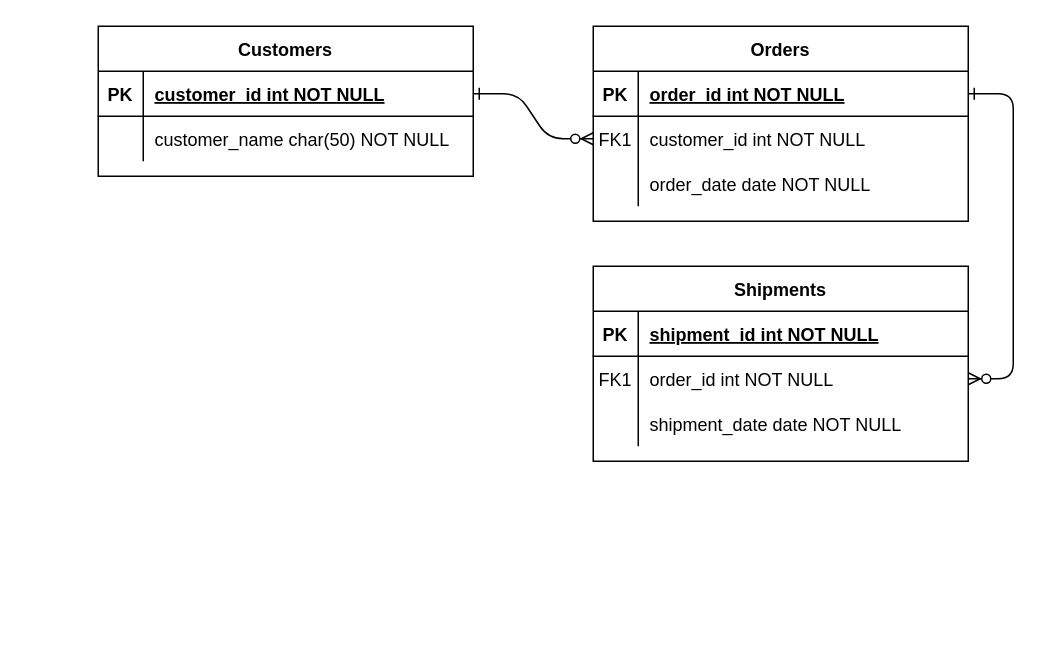
Above: Untitled Diagram.drawio in Cshacksy/Ada-Fuzzball-Slam (draw.io), before the change. Source tidied: cells renumbered, new cells numbered last; positions are measured from the earlier drawing's top-left corner, leaving out a move shared by most shapes. Both pictures are drawn from the tidied source at 150%, with x=0, y=0 at pixel (98, 26).
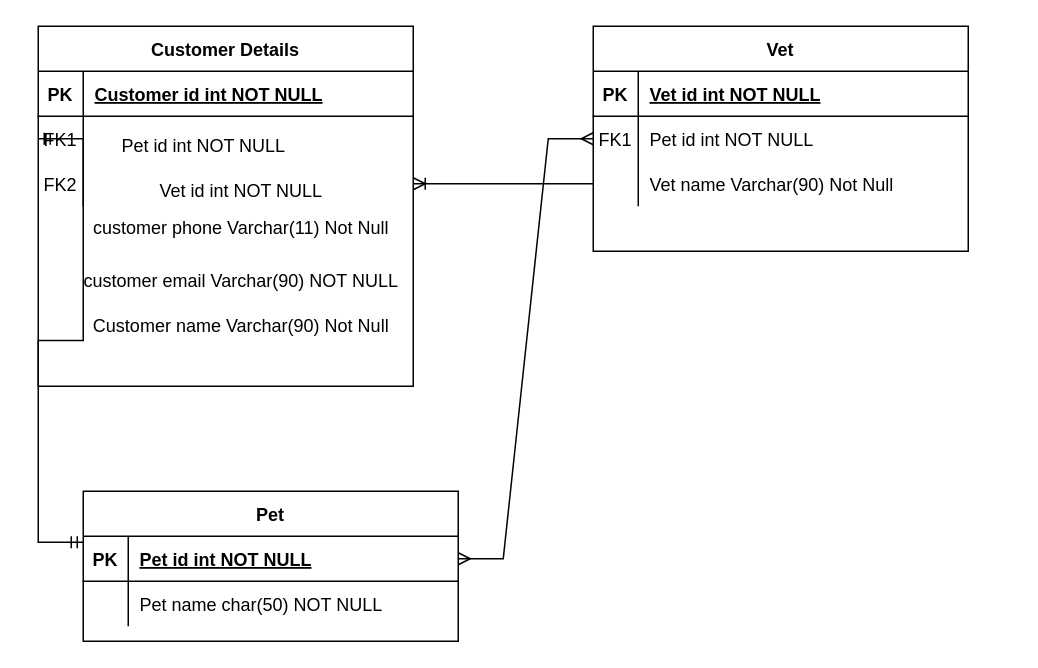
After the change.

The change refers to these unchanged cells:
```xml
<mxCell id="5" style="shape=partialRectangle;fillColor=none;points=[[0,0.5],[1,0.5]];portConstraint=eastwest;top=0;left=0;right=0;bottom=1;" parent="4" vertex="1">
  <mxGeometry y="30" width="250" height="30" as="geometry" />
</mxCell>
<mxCell id="8" style="shape=partialRectangle;fillColor=none;points=[[0,0.5],[1,0.5]];portConstraint=eastwest;top=0;left=0;right=0;bottom=0;" parent="4" vertex="1">
  <mxGeometry y="60" width="250" height="30" as="geometry" />
</mxCell>
<mxCell id="11" style="shape=partialRectangle;fillColor=none;points=[[0,0.5],[1,0.5]];portConstraint=eastwest;top=0;left=0;right=0;bottom=0;" parent="4" vertex="1">
  <mxGeometry y="90" width="250" height="30" as="geometry" />
</mxCell>
<mxCell id="15" style="shape=partialRectangle;fillColor=none;top=0;left=0;right=0;bottom=1;" parent="14" vertex="1">
  <mxGeometry y="30" width="250" height="30" as="geometry" />
</mxCell>
<mxCell id="18" style="shape=partialRectangle;fillColor=none;points=[[0,0.5],[1,0.5]];portConstraint=eastwest;top=0;left=0;right=0;bottom=0;" parent="14" vertex="1">
  <mxGeometry y="60" width="250" height="30" as="geometry" />
</mxCell>
<mxCell id="21" style="shape=partialRectangle;fillColor=none;points=[[0,0.5],[1,0.5]];portConstraint=eastwest;top=0;left=0;right=0;bottom=0;" parent="14" vertex="1">
  <mxGeometry y="90" width="250" height="30" as="geometry" />
</mxCell>
<mxCell id="25" style="shape=partialRectangle;fillColor=none;points=[[0,0.5],[1,0.5]];portConstraint=eastwest;top=0;left=0;right=0;bottom=1;" parent="24" vertex="1">
  <mxGeometry y="30" width="250" height="30" as="geometry" />
</mxCell>
<mxCell id="28" style="shape=partialRectangle;fillColor=none;top=0;left=0;right=0;bottom=0;" parent="24" vertex="1">
  <mxGeometry y="60" width="250" height="30" as="geometry" />
</mxCell>
```

Diff of the diagram source:
```diff
@@
-    <mxCell id="2" style="edgeStyle=entityRelationEdgeStyle;endArrow=ERzeroToMany;startArrow=ERone;endFill=1;startFill=0;" parent="1" edge="1" source="25" target="8">
-      <mxGeometry relative="1" as="geometry" />
-    </mxCell>
-    <mxCell id="3" style="edgeStyle=entityRelationEdgeStyle;endArrow=ERzeroToMany;startArrow=ERone;endFill=1;startFill=0;" parent="1" edge="1" source="5" target="18">
-      <mxGeometry relative="1" as="geometry" />
-    </mxCell>
-    <mxCell id="4" value="Orders" style="shape=table;startSize=30;childLayout=tableLayout;rowLines=0;fontStyle=1;align=center;" parent="1" vertex="1">
-      <mxGeometry x="330" width="250" height="130" as="geometry" />
+    <mxCell id="4" value="Vet" style="shape=table;startSize=30;childLayout=tableLayout;rowLines=0;fontStyle=1;align=center;" parent="1" vertex="1">
+      <mxGeometry x="330" width="250" height="150" as="geometry" />
     </mxCell>
@@
-    <mxCell id="7" value="order_id int NOT NULL " style="shape=partialRectangle;overflow=hidden;fillColor=none;top=0;left=0;bottom=0;right=0;align=left;spacingLeft=6;fontStyle=5;" parent="5" vertex="1">
+    <mxCell id="7" value="Vet id int NOT NULL " style="shape=partialRectangle;overflow=hidden;fillColor=none;top=0;left=0;bottom=0;right=0;align=left;spacingLeft=6;fontStyle=5;" parent="5" vertex="1">
       <mxGeometry x="30" width="220" height="30" as="geometry" />
     </mxCell>
@@
-    <mxCell id="10" value="customer_id int NOT NULL" style="shape=partialRectangle;overflow=hidden;fillColor=none;top=0;left=0;bottom=0;right=0;align=left;spacingLeft=6;" parent="8" vertex="1">
+    <mxCell id="10" value="Pet id int NOT NULL" style="shape=partialRectangle;overflow=hidden;fillColor=none;top=0;left=0;bottom=0;right=0;align=left;spacingLeft=6;" parent="8" vertex="1">
       <mxGeometry x="30" width="220" height="30" as="geometry" />
     </mxCell>
@@
-    <mxCell id="13" value="order_date date NOT NULL" style="shape=partialRectangle;overflow=hidden;fillColor=none;top=0;left=0;bottom=0;right=0;align=left;spacingLeft=6;" parent="11" vertex="1">
+    <mxCell id="13" value="Vet name Varchar(90) Not Null" style="shape=partialRectangle;overflow=hidden;fillColor=none;top=0;left=0;bottom=0;right=0;align=left;spacingLeft=6;" parent="11" vertex="1">
       <mxGeometry x="30" width="220" height="30" as="geometry" />
     </mxCell>
-    <mxCell id="14" value="Shipments" style="shape=table;startSize=30;childLayout=tableLayout;rowLines=0;fontStyle=1;align=center;" parent="1" vertex="1">
-      <mxGeometry x="330" y="160" width="250" height="130" as="geometry" />
+    <mxCell id="14" value="Customer Details" style="shape=table;startSize=30;childLayout=tableLayout;rowLines=0;fontStyle=1;align=center;" parent="1" vertex="1">
+      <mxGeometry x="-40" width="250" height="240" as="geometry" />
     </mxCell>
@@
-    <mxCell id="17" value="shipment_id int NOT NULL " style="shape=partialRectangle;overflow=hidden;fillColor=none;top=0;left=0;bottom=0;right=0;align=left;spacingLeft=6;fontStyle=5;" parent="15" vertex="1">
+    <mxCell id="17" value="Customer id int NOT NULL " style="shape=partialRectangle;overflow=hidden;fillColor=none;top=0;left=0;bottom=0;right=0;align=left;spacingLeft=6;fontStyle=5;" parent="15" vertex="1">
       <mxGeometry x="30" width="220" height="30" as="geometry" />
     </mxCell>
@@
-    <mxCell id="20" value="order_id int NOT NULL" style="shape=partialRectangle;overflow=hidden;fillColor=none;top=0;left=0;bottom=0;right=0;align=left;spacingLeft=6;" parent="18" vertex="1">
+    <mxCell id="20" style="shape=partialRectangle;overflow=hidden;fillColor=none;top=0;left=0;bottom=0;right=0;align=left;spacingLeft=6;" parent="18" vertex="1">
       <mxGeometry x="30" width="220" height="30" as="geometry" />
     </mxCell>
@@
-    <mxCell id="22" style="shape=partialRectangle;overflow=hidden;fillColor=none;top=0;left=0;bottom=0;right=0;" parent="21" vertex="1">
+    <mxCell id="22" value="FK2" style="shape=partialRectangle;overflow=hidden;fillColor=none;top=0;left=0;bottom=0;right=0;" parent="21" vertex="1">
       <mxGeometry width="30" height="30" as="geometry" />
     </mxCell>
-    <mxCell id="23" value="shipment_date date NOT NULL" style="shape=partialRectangle;overflow=hidden;fillColor=none;top=0;left=0;bottom=0;right=0;align=left;spacingLeft=6;" parent="21" vertex="1">
+    <mxCell id="23" style="shape=partialRectangle;overflow=hidden;fillColor=none;top=0;left=0;bottom=0;right=0;align=left;spacingLeft=6;" parent="21" vertex="1">
       <mxGeometry x="30" width="220" height="30" as="geometry" />
     </mxCell>
-    <mxCell id="24" value="Customers" style="shape=table;startSize=30;childLayout=tableLayout;rowLines=0;fontStyle=1;align=center;" parent="1" vertex="1">
-      <mxGeometry width="250" height="100" as="geometry" />
+    <mxCell id="24" value="Pet" style="shape=table;startSize=30;childLayout=tableLayout;rowLines=0;fontStyle=1;align=center;" parent="1" vertex="1">
+      <mxGeometry x="-10" y="310" width="250" height="100" as="geometry" />
     </mxCell>
@@
-    <mxCell id="27" value="customer_id int NOT NULL " style="shape=partialRectangle;overflow=hidden;fillColor=none;top=0;left=0;bottom=0;right=0;align=left;spacingLeft=6;fontStyle=5;" parent="25" vertex="1">
+    <mxCell id="27" value="Pet id int NOT NULL " style="shape=partialRectangle;overflow=hidden;fillColor=none;top=0;left=0;bottom=0;right=0;align=left;spacingLeft=6;fontStyle=5;" parent="25" vertex="1">
       <mxGeometry x="30" width="220" height="30" as="geometry" />
     </mxCell>
@@
-    <mxCell id="30" value="customer_name char(50) NOT NULL" style="shape=partialRectangle;overflow=hidden;fillColor=none;top=0;left=0;bottom=0;right=0;align=left;spacingLeft=6;" parent="28" vertex="1">
+    <mxCell id="30" value="Pet name char(50) NOT NULL" style="shape=partialRectangle;overflow=hidden;fillColor=none;top=0;left=0;bottom=0;right=0;align=left;spacingLeft=6;" parent="28" vertex="1">
       <mxGeometry x="30" width="220" height="30" as="geometry" />
     </mxCell>
+    <mxCell id="2" style="edgeStyle=entityRelationEdgeStyle;fontSize=12;html=1;endArrow=ERmany;startArrow=ERmany;rounded=0;exitX=1;exitY=0.5;exitDx=0;exitDy=0;entryX=0;entryY=0.5;entryDx=0;entryDy=0;" parent="1" edge="1" source="25" target="8">
+      <mxGeometry relative="1" as="geometry" />
+    </mxCell>
+    <mxCell id="31" value="customer phone Varchar(11) Not Null" style="text;html=1;align=center;verticalAlign=middle;strokeColor=none;fillColor=none;" parent="1" vertex="1">
+      <mxGeometry x="-10" y="125" width="210" height="20" as="geometry" />
+    </mxCell>
+    <mxCell id="32" value="Pet id int NOT NULL" style="text;html=1;align=center;verticalAlign=middle;strokeColor=none;fillColor=none;" parent="1" vertex="1">
+      <mxGeometry x="10" y="70" width="120" height="20" as="geometry" />
+    </mxCell>
+    <mxCell id="33" value="Vet id int NOT NULL" style="text;html=1;align=center;verticalAlign=middle;strokeColor=none;fillColor=none;" parent="1" vertex="1">
+      <mxGeometry x="35" y="100" width="120" height="20" as="geometry" />
+    </mxCell>
+    <mxCell id="34" value="&lt;span style=&quot;text-align: left&quot;&gt;customer email Varchar(90) NOT NULL&lt;/span&gt;" style="text;html=1;align=center;verticalAlign=middle;strokeColor=none;fillColor=none;" parent="1" vertex="1">
+      <mxGeometry x="-15" y="160" width="220" height="20" as="geometry" />
+    </mxCell>
+    <mxCell id="35" value="&lt;span style=&quot;text-align: left&quot;&gt;Customer name Varchar(90) Not Null&lt;/span&gt;" style="text;html=1;align=center;verticalAlign=middle;strokeColor=none;fillColor=none;" parent="1" vertex="1">
+      <mxGeometry x="-10" y="190" width="210" height="20" as="geometry" />
+    </mxCell>
+    <mxCell id="36" style="edgeStyle=entityRelationEdgeStyle;fontSize=12;html=1;endArrow=ERmandOne;startArrow=ERmandOne;rounded=0;exitX=0;exitY=0.133;exitDx=0;exitDy=0;exitPerimeter=0;entryX=0;entryY=0.5;entryDx=0;entryDy=0;" parent="1" edge="1" source="25" target="18">
+      <mxGeometry relative="1" as="geometry" />
+    </mxCell>
+    <mxCell id="37" style="edgeStyle=entityRelationEdgeStyle;fontSize=12;html=1;endArrow=ERoneToMany;rounded=0;entryX=1;entryY=0.5;entryDx=0;entryDy=0;exitX=0;exitY=0.5;exitDx=0;exitDy=0;" parent="1" edge="1" source="11" target="21">
+      <mxGeometry relative="1" as="geometry" />
+    </mxCell>
```
